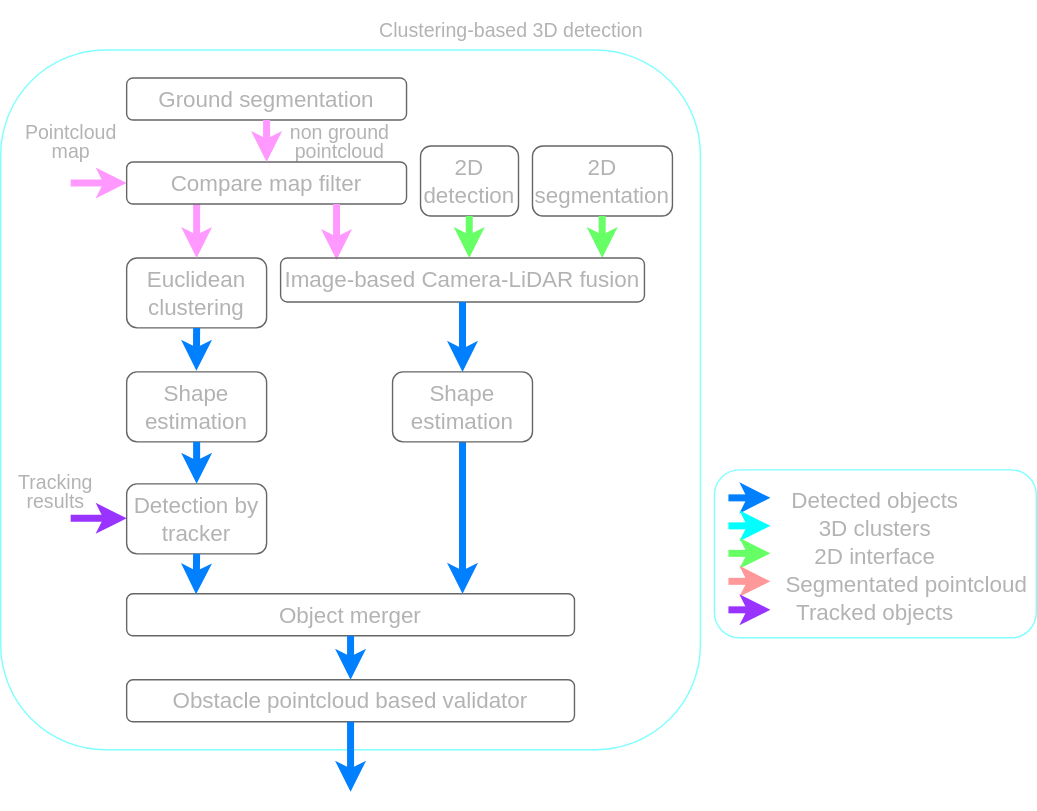
scepter914/autoware-architecture-proposal keeps this draw.io diagram as new_perception_proposal/images/clustering_based_detection.drawio.svg. Above is the earlier version. Source tidied: cells renumbered, new cells last; positions are measured from the earlier drawing's top-left corner, leaving out a move shared by most shapes. Its diagram source:
```xml
<mxGraphModel>
  <root>
    <mxCell id="0" />
    <mxCell id="1" parent="0" />
    <mxCell id="2" style="rounded=1;whiteSpace=wrap;html=1;strokeColor=#00FFFF;fillColor=none;fontColor=#B3B3B3;opacity=50;" parent="1" vertex="1">
      <mxGeometry y="30" width="500" height="500" as="geometry" />
    </mxCell>
    <mxCell id="3" style="endArrow=classic;html=1;strokeColor=#007FFF;strokeWidth=5;exitX=0.5;exitY=1;exitDx=0;exitDy=0;entryX=0.75;entryY=0;entryDx=0;entryDy=0;" parent="1" edge="1" source="20" target="12">
      <mxGeometry relative="1" as="geometry" />
    </mxCell>
    <mxCell id="4" value="&lt;font color=&quot;#b3b3b3&quot;&gt;&lt;span style=&quot;font-size: 16px;&quot;&gt;2D detection&lt;/span&gt;&lt;/font&gt;" style="rounded=1;whiteSpace=wrap;html=1;fillColor=none;strokeColor=#666666;" parent="1" vertex="1">
      <mxGeometry x="300" y="98.6" width="70" height="50" as="geometry" />
    </mxCell>
    <mxCell id="5" value="&lt;font color=&quot;#b3b3b3&quot;&gt;&lt;span style=&quot;font-size: 16px;&quot;&gt;2D&lt;br&gt;segmentation&lt;/span&gt;&lt;/font&gt;" style="rounded=1;whiteSpace=wrap;html=1;fillColor=none;strokeColor=#666666;" parent="1" vertex="1">
      <mxGeometry x="380" y="98.6" width="100" height="50" as="geometry" />
    </mxCell>
    <mxCell id="6" value="&lt;font color=&quot;#b3b3b3&quot;&gt;&lt;span style=&quot;font-size: 16px;&quot;&gt;Euclidean clustering&lt;/span&gt;&lt;/font&gt;" style="rounded=1;whiteSpace=wrap;html=1;fillColor=none;strokeColor=#666666;" parent="1" vertex="1">
      <mxGeometry x="90" y="178.6" width="100" height="50" as="geometry" />
    </mxCell>
    <mxCell id="7" style="endArrow=classic;html=1;strokeColor=#007FFF;strokeWidth=5;entryX=0.178;entryY=0.021;entryDx=0;entryDy=0;entryPerimeter=0;exitX=0.5;exitY=1;exitDx=0;exitDy=0;" parent="1" edge="1" source="6">
      <mxGeometry relative="1" as="geometry">
        <mxPoint x="139.8" y="259.2" as="targetPoint" />
      </mxGeometry>
    </mxCell>
    <mxCell id="8" style="endArrow=classic;html=1;strokeColor=#66FF66;strokeWidth=5;entryX=0.841;entryY=-0.007;entryDx=0;entryDy=0;entryPerimeter=0;" parent="1" edge="1">
      <mxGeometry relative="1" as="geometry">
        <mxPoint x="429.8" y="148.6" as="sourcePoint" />
        <mxPoint x="429.8" y="178.6" as="targetPoint" />
      </mxGeometry>
    </mxCell>
    <mxCell id="9" style="endArrow=classic;html=1;strokeColor=#66FF66;strokeWidth=5;entryX=0.841;entryY=-0.007;entryDx=0;entryDy=0;entryPerimeter=0;" parent="1" edge="1">
      <mxGeometry relative="1" as="geometry">
        <mxPoint x="334.8" y="148.6" as="sourcePoint" />
        <mxPoint x="334.8" y="178.6" as="targetPoint" />
      </mxGeometry>
    </mxCell>
    <mxCell id="10" style="endArrow=classic;html=1;strokeColor=#FF99FF;strokeWidth=5;entryX=0.5;entryY=0;entryDx=0;entryDy=0;exitX=0.25;exitY=1;exitDx=0;exitDy=0;" parent="1" edge="1" source="16" target="6">
      <mxGeometry relative="1" as="geometry" />
    </mxCell>
    <mxCell id="11" value="&lt;p style=&quot;line-height: 100%; font-size: 14px;&quot;&gt;&lt;font style=&quot;font-size: 14px;&quot;&gt;non ground pointcloud&lt;/font&gt;&lt;/p&gt;" style="text;html=1;strokeColor=none;fillColor=none;align=center;verticalAlign=middle;whiteSpace=wrap;rounded=0;fontSize=14;fontColor=#B3B3B3;" parent="1" vertex="1">
      <mxGeometry x="200" y="85" width="85" height="20" as="geometry" />
    </mxCell>
    <mxCell id="12" value="&lt;font color=&quot;#b3b3b3&quot;&gt;&lt;span style=&quot;font-size: 16px;&quot;&gt;Object merger&lt;/span&gt;&lt;/font&gt;" style="rounded=1;whiteSpace=wrap;html=1;fillColor=none;strokeColor=#666666;" parent="1" vertex="1">
      <mxGeometry x="90" y="418.6" width="320" height="30" as="geometry" />
    </mxCell>
    <mxCell id="13" style="endArrow=classic;html=1;strokeColor=#007FFF;strokeWidth=5;exitX=0.5;exitY=1;exitDx=0;exitDy=0;" parent="1" edge="1" source="12">
      <mxGeometry relative="1" as="geometry">
        <mxPoint x="250" y="480" as="targetPoint" />
      </mxGeometry>
    </mxCell>
    <mxCell id="14" style="endArrow=classic;html=1;strokeColor=#FF99FF;strokeWidth=5;entryX=0;entryY=0.5;entryDx=0;entryDy=0;" parent="1" edge="1" target="16">
      <mxGeometry relative="1" as="geometry">
        <mxPoint x="50" y="125" as="sourcePoint" />
      </mxGeometry>
    </mxCell>
    <mxCell id="15" value="&lt;p style=&quot;line-height: 100%; font-size: 14px;&quot;&gt;&lt;font style=&quot;font-size: 14px;&quot;&gt;Pointcloud map&lt;/font&gt;&lt;/p&gt;" style="text;html=1;strokeColor=none;fillColor=none;align=center;verticalAlign=middle;whiteSpace=wrap;rounded=0;fontSize=14;fontColor=#B3B3B3;" parent="1" vertex="1">
      <mxGeometry x="11" y="80" width="79" height="30" as="geometry" />
    </mxCell>
    <mxCell id="16" value="&lt;font color=&quot;#b3b3b3&quot;&gt;&lt;span style=&quot;font-size: 16px;&quot;&gt;Compare map filter&lt;/span&gt;&lt;/font&gt;" style="rounded=1;whiteSpace=wrap;html=1;fillColor=none;strokeColor=#666666;" parent="1" vertex="1">
      <mxGeometry x="90" y="110" width="200" height="30" as="geometry" />
    </mxCell>
    <mxCell id="17" style="endArrow=classic;html=1;strokeColor=#FF99FF;strokeWidth=5;exitX=0.75;exitY=1;exitDx=0;exitDy=0;" parent="1" edge="1" source="16">
      <mxGeometry relative="1" as="geometry">
        <mxPoint x="240" y="180" as="targetPoint" />
      </mxGeometry>
    </mxCell>
    <mxCell id="18" value="&lt;font color=&quot;#b3b3b3&quot;&gt;&lt;span style=&quot;font-size: 16px;&quot;&gt;Image-based Camera-LiDAR fusion&lt;/span&gt;&lt;/font&gt;" style="rounded=1;whiteSpace=wrap;html=1;fillColor=none;strokeColor=#666666;" parent="1" vertex="1">
      <mxGeometry x="200" y="178.6" width="260" height="31.4" as="geometry" />
    </mxCell>
    <mxCell id="19" value="&lt;font color=&quot;#b3b3b3&quot;&gt;&lt;span style=&quot;font-size: 16px;&quot;&gt;Shape estimation&lt;/span&gt;&lt;/font&gt;" style="rounded=1;whiteSpace=wrap;html=1;fillColor=none;strokeColor=#666666;" parent="1" vertex="1">
      <mxGeometry x="90" y="260" width="100" height="50" as="geometry" />
    </mxCell>
    <mxCell id="20" value="&lt;font color=&quot;#b3b3b3&quot;&gt;&lt;span style=&quot;font-size: 16px;&quot;&gt;Shape estimation&lt;/span&gt;&lt;/font&gt;" style="rounded=1;whiteSpace=wrap;html=1;fillColor=none;strokeColor=#666666;" parent="1" vertex="1">
      <mxGeometry x="280" y="260" width="100" height="50" as="geometry" />
    </mxCell>
    <mxCell id="21" style="endArrow=classic;html=1;strokeColor=#007FFF;strokeWidth=5;entryX=0.5;entryY=0;entryDx=0;entryDy=0;exitX=0.5;exitY=1;exitDx=0;exitDy=0;" parent="1" edge="1" source="18" target="20">
      <mxGeometry relative="1" as="geometry" />
    </mxCell>
    <mxCell id="22" style="rounded=1;whiteSpace=wrap;html=1;strokeColor=#00FFFF;fillColor=none;fontColor=#B3B3B3;opacity=50;" parent="1" vertex="1">
      <mxGeometry x="510" y="330" width="230" height="120" as="geometry" />
    </mxCell>
    <mxCell id="23" value="&lt;font style=&quot;font-size: 16px;&quot;&gt;2D interface&lt;/font&gt;" style="text;html=1;strokeColor=none;fillColor=none;align=center;verticalAlign=middle;whiteSpace=wrap;rounded=0;fontSize=20;fontColor=#B3B3B3;" parent="1" vertex="1">
      <mxGeometry x="560" y="380" width="130" height="20" as="geometry" />
    </mxCell>
    <mxCell id="24" style="endArrow=classic;html=1;strokeColor=#007FFF;exitX=0.5;exitY=1;exitDx=0;exitDy=0;strokeWidth=5;" parent="1" edge="1">
      <mxGeometry relative="1" as="geometry">
        <mxPoint x="520" y="350" as="sourcePoint" />
        <mxPoint x="550" y="350" as="targetPoint" />
      </mxGeometry>
    </mxCell>
    <mxCell id="25" style="endArrow=classic;html=1;strokeColor=#00FFFF;exitX=0.5;exitY=1;exitDx=0;exitDy=0;strokeWidth=5;" parent="1" edge="1">
      <mxGeometry relative="1" as="geometry">
        <mxPoint x="520" y="370" as="sourcePoint" />
        <mxPoint x="550" y="370" as="targetPoint" />
      </mxGeometry>
    </mxCell>
    <mxCell id="26" style="endArrow=classic;html=1;strokeColor=#66FF66;exitX=0.5;exitY=1;exitDx=0;exitDy=0;strokeWidth=5;" parent="1" edge="1">
      <mxGeometry relative="1" as="geometry">
        <mxPoint x="520" y="389.6" as="sourcePoint" />
        <mxPoint x="550" y="389.6" as="targetPoint" />
      </mxGeometry>
    </mxCell>
    <mxCell id="27" value="&lt;font style=&quot;font-size: 16px;&quot;&gt;3D clusters&lt;/font&gt;" style="text;html=1;strokeColor=none;fillColor=none;align=center;verticalAlign=middle;whiteSpace=wrap;rounded=0;fontSize=20;fontColor=#B3B3B3;" parent="1" vertex="1">
      <mxGeometry x="560" y="360" width="130" height="20" as="geometry" />
    </mxCell>
    <mxCell id="28" value="&lt;font style=&quot;font-size: 16px;&quot;&gt;Detected objects&lt;/font&gt;" style="text;html=1;strokeColor=none;fillColor=none;align=center;verticalAlign=middle;whiteSpace=wrap;rounded=0;fontSize=20;fontColor=#B3B3B3;" parent="1" vertex="1">
      <mxGeometry x="560" y="340" width="130" height="20" as="geometry" />
    </mxCell>
    <mxCell id="29" value="&lt;font style=&quot;font-size: 16px;&quot;&gt;Segmentated pointcloud&lt;/font&gt;" style="text;html=1;strokeColor=none;fillColor=none;align=center;verticalAlign=middle;whiteSpace=wrap;rounded=0;fontSize=20;fontColor=#B3B3B3;" parent="1" vertex="1">
      <mxGeometry x="560" y="400" width="175" height="20" as="geometry" />
    </mxCell>
    <mxCell id="30" style="endArrow=classic;html=1;strokeColor=#FF9999;exitX=0.5;exitY=1;exitDx=0;exitDy=0;strokeWidth=5;" parent="1" edge="1">
      <mxGeometry relative="1" as="geometry">
        <mxPoint x="520" y="409.6" as="sourcePoint" />
        <mxPoint x="550" y="409.6" as="targetPoint" />
      </mxGeometry>
    </mxCell>
    <mxCell id="31" value="&lt;p style=&quot;line-height: 100%; font-size: 14px;&quot;&gt;&lt;font style=&quot;font-size: 14px;&quot;&gt;Clustering-based 3D detection&lt;/font&gt;&lt;/p&gt;" style="text;html=1;strokeColor=none;fillColor=none;align=center;verticalAlign=middle;whiteSpace=wrap;rounded=0;fontSize=14;fontColor=#B3B3B3;" parent="1" vertex="1">
      <mxGeometry x="250" width="230" height="30" as="geometry" />
    </mxCell>
    <mxCell id="32" value="&lt;font color=&quot;#b3b3b3&quot;&gt;&lt;span style=&quot;font-size: 16px;&quot;&gt;Detection by tracker&lt;/span&gt;&lt;/font&gt;" style="rounded=1;whiteSpace=wrap;html=1;fillColor=none;strokeColor=#666666;" parent="1" vertex="1">
      <mxGeometry x="90" y="340" width="100" height="50" as="geometry" />
    </mxCell>
    <mxCell id="33" style="endArrow=classic;html=1;strokeColor=#9933FF;exitX=0.5;exitY=1;exitDx=0;exitDy=0;strokeWidth=5;" parent="1" edge="1">
      <mxGeometry relative="1" as="geometry">
        <mxPoint x="520" y="430" as="sourcePoint" />
        <mxPoint x="550" y="430" as="targetPoint" />
      </mxGeometry>
    </mxCell>
    <mxCell id="34" value="&lt;font style=&quot;font-size: 16px;&quot;&gt;Tracked objects&lt;/font&gt;" style="text;html=1;strokeColor=none;fillColor=none;align=center;verticalAlign=middle;whiteSpace=wrap;rounded=0;fontSize=20;fontColor=#B3B3B3;" parent="1" vertex="1">
      <mxGeometry x="560" y="420" width="130" height="20" as="geometry" />
    </mxCell>
    <mxCell id="35" style="endArrow=classic;html=1;strokeColor=#007FFF;strokeWidth=5;entryX=0.5;entryY=0;entryDx=0;entryDy=0;exitX=0.5;exitY=1;exitDx=0;exitDy=0;" parent="1" edge="1" source="19" target="32">
      <mxGeometry relative="1" as="geometry" />
    </mxCell>
    <mxCell id="36" style="endArrow=classic;html=1;strokeColor=#9933FF;exitX=0.5;exitY=1;exitDx=0;exitDy=0;strokeWidth=5;" parent="1" edge="1">
      <mxGeometry relative="1" as="geometry">
        <mxPoint x="50" y="364.6" as="sourcePoint" />
        <mxPoint x="90" y="364.6" as="targetPoint" />
      </mxGeometry>
    </mxCell>
    <mxCell id="37" value="&lt;p style=&quot;line-height: 100%; font-size: 14px;&quot;&gt;&lt;font style=&quot;font-size: 14px;&quot;&gt;Tracking results&lt;/font&gt;&lt;/p&gt;" style="text;html=1;strokeColor=none;fillColor=none;align=center;verticalAlign=middle;whiteSpace=wrap;rounded=0;fontSize=14;fontColor=#B3B3B3;" parent="1" vertex="1">
      <mxGeometry y="330" width="79" height="30" as="geometry" />
    </mxCell>
    <mxCell id="38" value="&lt;font color=&quot;#b3b3b3&quot;&gt;&lt;span style=&quot;font-size: 16px;&quot;&gt;Ground segmentation&lt;/span&gt;&lt;/font&gt;" style="rounded=1;whiteSpace=wrap;html=1;fillColor=none;strokeColor=#666666;" parent="1" vertex="1">
      <mxGeometry x="90" y="50" width="200" height="30" as="geometry" />
    </mxCell>
    <mxCell id="39" style="endArrow=classic;html=1;strokeColor=#FF99FF;strokeWidth=5;entryX=0.5;entryY=0;entryDx=0;entryDy=0;exitX=0.5;exitY=1;exitDx=0;exitDy=0;" parent="1" edge="1" source="38" target="16">
      <mxGeometry relative="1" as="geometry" />
    </mxCell>
    <mxCell id="40" style="endArrow=classic;html=1;strokeColor=#007FFF;strokeWidth=5;exitX=0.5;exitY=1;exitDx=0;exitDy=0;entryX=0.155;entryY=0.01;entryDx=0;entryDy=0;entryPerimeter=0;" parent="1" edge="1" source="32" target="12">
      <mxGeometry relative="1" as="geometry" />
    </mxCell>
    <mxCell id="41" value="&lt;font color=&quot;#b3b3b3&quot;&gt;&lt;span style=&quot;font-size: 16px;&quot;&gt;Obstacle pointcloud based validator&lt;/span&gt;&lt;/font&gt;" style="rounded=1;whiteSpace=wrap;html=1;fillColor=none;strokeColor=#666666;" parent="1" vertex="1">
      <mxGeometry x="90" y="480" width="320" height="30" as="geometry" />
    </mxCell>
    <mxCell id="42" style="endArrow=classic;html=1;strokeColor=#007FFF;strokeWidth=5;exitX=0.5;exitY=1;exitDx=0;exitDy=0;" parent="1" edge="1" source="41">
      <mxGeometry relative="1" as="geometry">
        <mxPoint x="250" y="560" as="targetPoint" />
      </mxGeometry>
    </mxCell>
  </root>
</mxGraphModel>
```
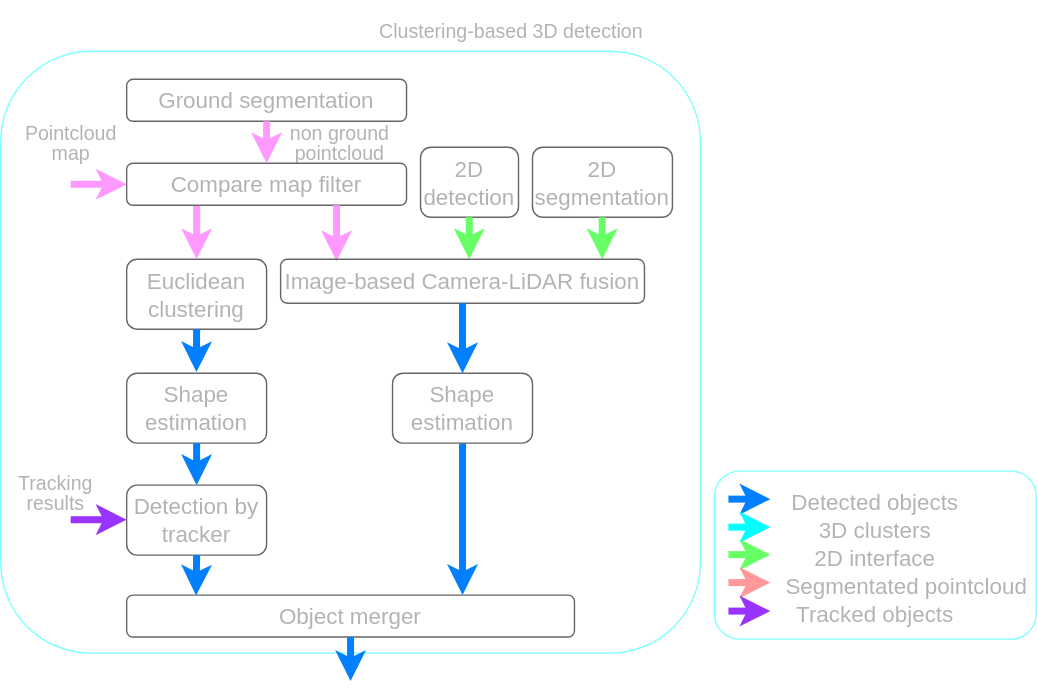
After the commit.

What changed in the source:
```diff
@@ -3,7 +3,7 @@
     <mxCell id="0" />
     <mxCell id="1" parent="0" />
     <mxCell id="2" style="rounded=1;whiteSpace=wrap;html=1;strokeColor=#00FFFF;fillColor=none;fontColor=#B3B3B3;opacity=50;" parent="1" vertex="1">
-      <mxGeometry y="30" width="500" height="500" as="geometry" />
+      <mxGeometry y="30" width="500" height="430" as="geometry" />
     </mxCell>
     <mxCell id="3" style="endArrow=classic;html=1;strokeColor=#007FFF;strokeWidth=5;exitX=0.5;exitY=1;exitDx=0;exitDy=0;entryX=0.75;entryY=0;entryDx=0;entryDy=0;" parent="1" edge="1" source="20" target="12">
       <mxGeometry relative="1" as="geometry" />
@@ -151,13 +151,5 @@
     <mxCell id="40" style="endArrow=classic;html=1;strokeColor=#007FFF;strokeWidth=5;exitX=0.5;exitY=1;exitDx=0;exitDy=0;entryX=0.155;entryY=0.01;entryDx=0;entryDy=0;entryPerimeter=0;" parent="1" edge="1" source="32" target="12">
       <mxGeometry relative="1" as="geometry" />
     </mxCell>
-    <mxCell id="41" value="&lt;font color=&quot;#b3b3b3&quot;&gt;&lt;span style=&quot;font-size: 16px;&quot;&gt;Obstacle pointcloud based validator&lt;/span&gt;&lt;/font&gt;" style="rounded=1;whiteSpace=wrap;html=1;fillColor=none;strokeColor=#666666;" parent="1" vertex="1">
-      <mxGeometry x="90" y="480" width="320" height="30" as="geometry" />
-    </mxCell>
-    <mxCell id="42" style="endArrow=classic;html=1;strokeColor=#007FFF;strokeWidth=5;exitX=0.5;exitY=1;exitDx=0;exitDy=0;" parent="1" edge="1" source="41">
-      <mxGeometry relative="1" as="geometry">
-        <mxPoint x="250" y="560" as="targetPoint" />
-      </mxGeometry>
-    </mxCell>
   </root>
 </mxGraphModel>
```
